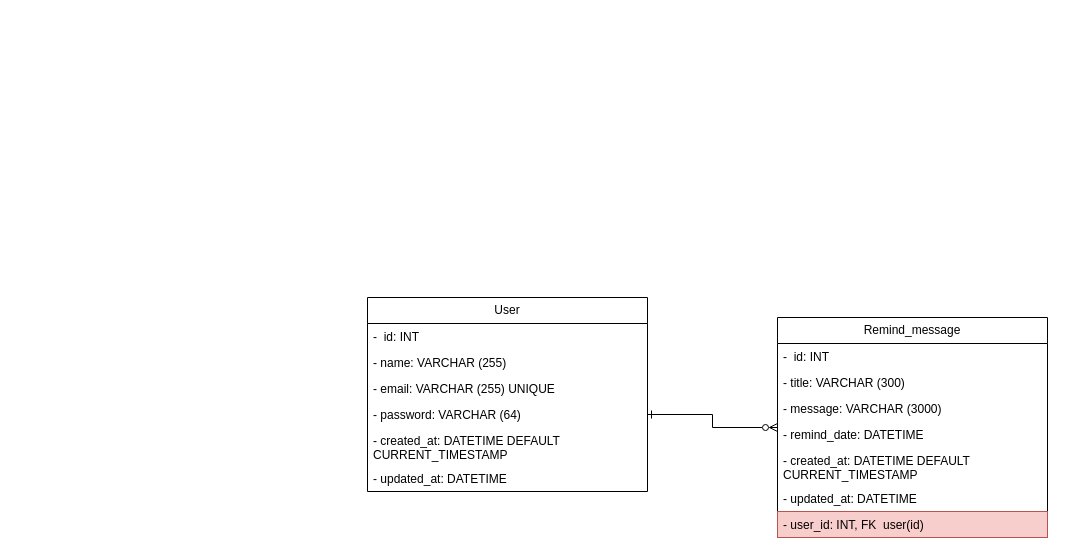
Above: src/infra/docs/db/remember-me-model.drawio in rossienzo/remindme-api (draw.io), before the change. Source tidied: cells renumbered, new cells numbered last; positions are measured from the earlier drawing's top-left corner, leaving out a move shared by most shapes. Both pictures are drawn from the tidied source at 100%, with x=0, y=0 at pixel (367, 297).
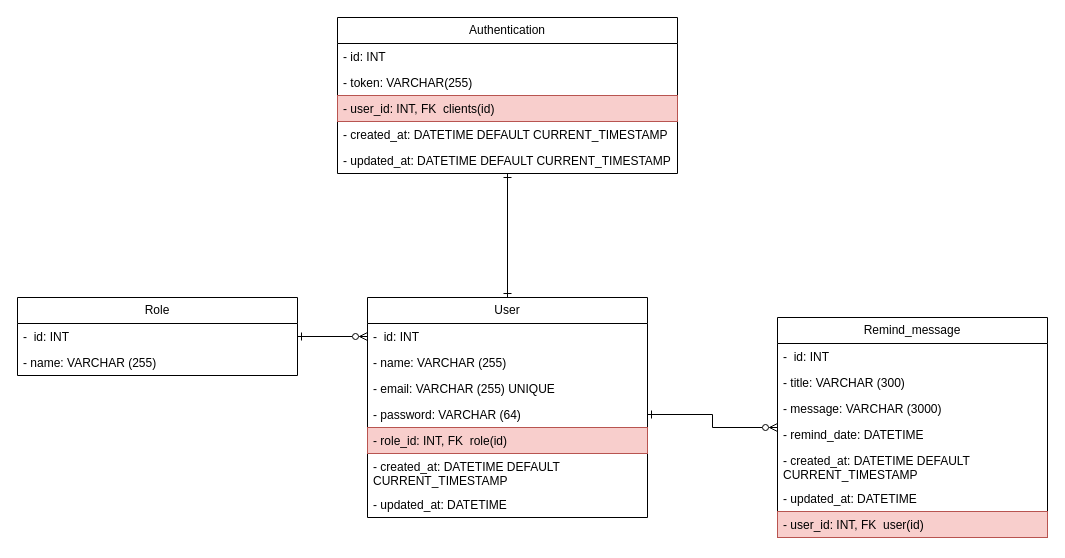
Above is the later version.

The change refers to these unchanged cells:
```xml
<mxCell id="3" value="-&amp;nbsp; id: INT" style="text;align=left;verticalAlign=top;spacingLeft=4;spacingRight=4;overflow=hidden;points=[[0,0.5],[1,0.5]];portConstraint=eastwest;whiteSpace=wrap;html=1;" parent="2" vertex="1">
  <mxGeometry y="26" width="280" height="26" as="geometry" />
</mxCell>
```

What changed in the source:
```diff
@@
     <mxCell id="2" value="User" style="swimlane;fontStyle=0;horizontal=1;startSize=26;fillColor=none;whiteSpace=wrap;html=1;" parent="1" vertex="1">
-      <mxGeometry width="280" height="194" as="geometry" />
+      <mxGeometry width="280" height="220" as="geometry" />
     </mxCell>
@@
+    <mxCell id="18" value="- role_id&lt;span style=&quot;background-color: initial;&quot;&gt;: INT, FK&amp;nbsp; role(id)&lt;/span&gt;" style="text;strokeColor=#b85450;fillColor=#f8cecc;align=left;verticalAlign=top;spacingLeft=4;spacingRight=4;overflow=hidden;whiteSpace=wrap;html=1;" parent="2" vertex="1">
+      <mxGeometry y="130" width="280" height="26" as="geometry" />
+    </mxCell>
     <mxCell id="7" value="- created_at: DATETIME DEFAULT CURRENT_TIMESTAMP" style="text;align=left;verticalAlign=top;spacingLeft=4;spacingRight=4;overflow=hidden;whiteSpace=wrap;html=1;" parent="2" vertex="1">
-      <mxGeometry y="130" width="280" height="38" as="geometry" />
+      <mxGeometry y="156" width="280" height="38" as="geometry" />
     </mxCell>
     <mxCell id="8" value="- updated_at: DATETIME" style="text;align=left;verticalAlign=top;spacingLeft=4;spacingRight=4;overflow=hidden;whiteSpace=wrap;html=1;" parent="2" vertex="1">
-      <mxGeometry y="168" width="280" height="26" as="geometry" />
+      <mxGeometry y="194" width="280" height="26" as="geometry" />
     </mxCell>
@@
+    <mxCell id="19" style="edgeStyle=orthogonalEdgeStyle;rounded=0;jettySize=auto;html=1;entryX=0.5;entryY=0;entryDx=0;entryDy=0;endArrow=ERone;endFill=0;startArrow=ERone;startFill=0;" parent="1" edge="1" source="20" target="2">
+      <mxGeometry relative="1" as="geometry" />
+    </mxCell>
+    <mxCell id="20" value="Authentication" style="swimlane;fontStyle=0;horizontal=1;startSize=26;fillColor=none;whiteSpace=wrap;html=1;" parent="1" vertex="1">
+      <mxGeometry x="-30" y="-280" width="340" height="156" as="geometry" />
+    </mxCell>
+    <mxCell id="21" value="- id: INT" style="text;strokeColor=none;fillColor=none;align=left;verticalAlign=top;spacingLeft=4;spacingRight=4;overflow=hidden;whiteSpace=wrap;html=1;" parent="20" vertex="1">
+      <mxGeometry y="26" width="340" height="26" as="geometry" />
+    </mxCell>
+    <mxCell id="22" value="- token: VARCHAR(255)" style="text;strokeColor=none;fillColor=none;align=left;verticalAlign=top;spacingLeft=4;spacingRight=4;overflow=hidden;whiteSpace=wrap;html=1;" parent="20" vertex="1">
+      <mxGeometry y="52" width="340" height="26" as="geometry" />
+    </mxCell>
+    <mxCell id="23" value="- user_id&lt;span style=&quot;background-color: initial;&quot;&gt;: INT, FK&amp;nbsp; clients(id)&lt;/span&gt;" style="text;strokeColor=#b85450;fillColor=#f8cecc;align=left;verticalAlign=top;spacingLeft=4;spacingRight=4;overflow=hidden;whiteSpace=wrap;html=1;" parent="20" vertex="1">
+      <mxGeometry y="78" width="340" height="26" as="geometry" />
+    </mxCell>
+    <mxCell id="24" value="- created_at: DATETIME DEFAULT CURRENT_TIMESTAMP" style="text;strokeColor=none;fillColor=none;align=left;verticalAlign=top;spacingLeft=4;spacingRight=4;overflow=hidden;whiteSpace=wrap;html=1;" parent="20" vertex="1">
+      <mxGeometry y="104" width="340" height="26" as="geometry" />
+    </mxCell>
+    <mxCell id="25" value="- updated_at&lt;span style=&quot;background-color: initial;&quot;&gt;: DATETIME DEFAULT CURRENT_TIMESTAMP&lt;/span&gt;" style="text;strokeColor=none;fillColor=none;align=left;verticalAlign=top;spacingLeft=4;spacingRight=4;overflow=hidden;whiteSpace=wrap;html=1;" parent="20" vertex="1">
+      <mxGeometry y="130" width="340" height="26" as="geometry" />
+    </mxCell>
+    <mxCell id="26" style="edgeStyle=orthogonalEdgeStyle;rounded=0;jettySize=auto;html=1;entryX=0;entryY=0.5;entryDx=0;entryDy=0;endArrow=ERzeroToMany;endFill=0;startArrow=ERone;startFill=0;" parent="1" edge="1" source="27" target="3">
+      <mxGeometry relative="1" as="geometry" />
+    </mxCell>
+    <mxCell id="27" value="Role" style="swimlane;fontStyle=0;horizontal=1;startSize=26;fillColor=none;whiteSpace=wrap;html=1;" parent="1" vertex="1">
+      <mxGeometry x="-350" width="280" height="78" as="geometry" />
+    </mxCell>
+    <mxCell id="28" value="-&amp;nbsp; id: INT" style="text;align=left;verticalAlign=top;spacingLeft=4;spacingRight=4;overflow=hidden;whiteSpace=wrap;html=1;" parent="27" vertex="1">
+      <mxGeometry y="26" width="280" height="26" as="geometry" />
+    </mxCell>
+    <mxCell id="29" value="- name: VARCHAR (255)" style="text;align=left;verticalAlign=top;spacingLeft=4;spacingRight=4;overflow=hidden;whiteSpace=wrap;html=1;" parent="27" vertex="1">
+      <mxGeometry y="52" width="280" height="26" as="geometry" />
+    </mxCell>
```
